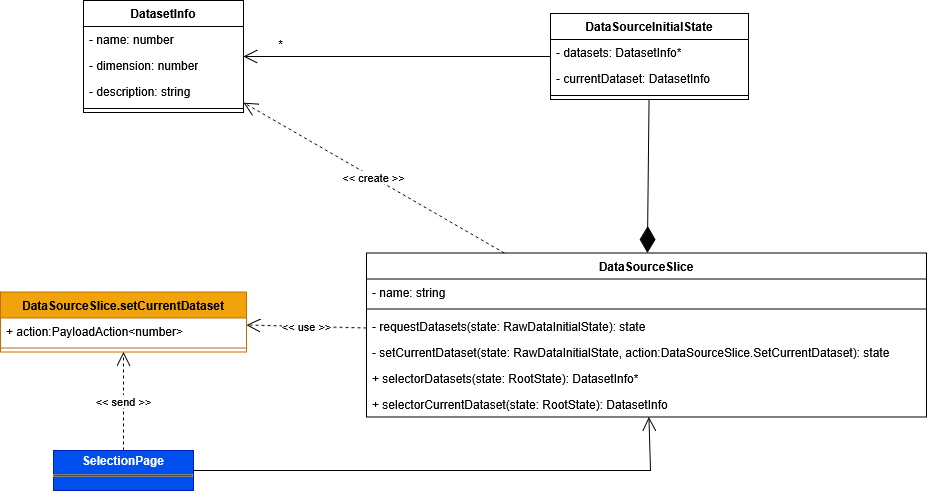
6BitBusters/6BitBusters.github.io keeps this draw.io diagram as Docs/PB/Generali Esterni/specifica_tecnica/template/images/uml_front/logic/datasourceslice.png. Above is the earlier version. Source tidied: cells renumbered, new cells last; positions are measured from the earlier drawing's top-left corner, leaving out a move shared by most shapes.
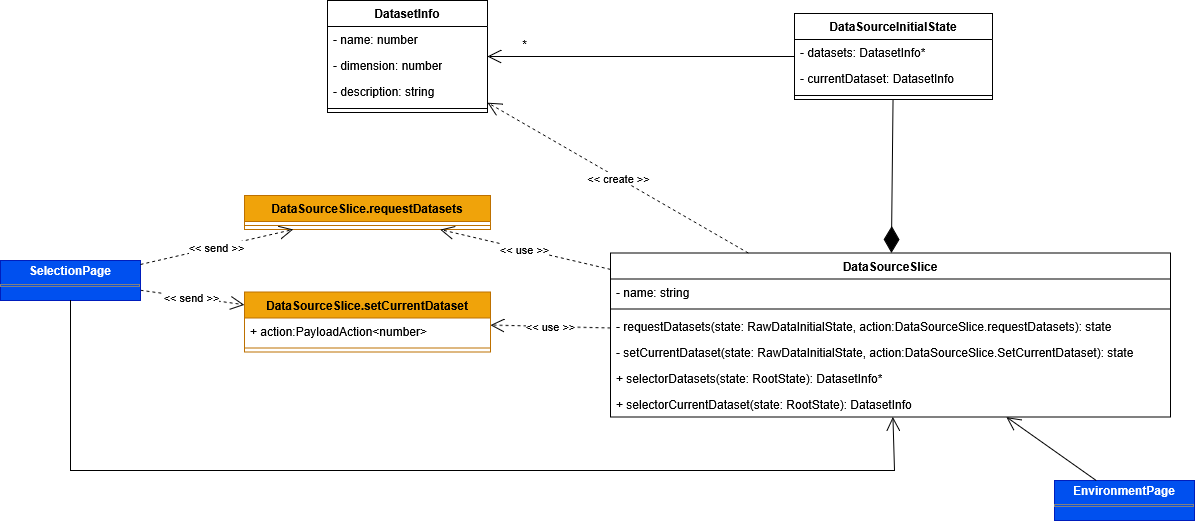
After the change.

Diff of the diagram source:
```diff
@@ -11,7 +11,7 @@
     <mxCell id="4" style="line;strokeWidth=1;fillColor=none;align=left;verticalAlign=middle;spacingTop=-1;spacingLeft=3;spacingRight=3;labelPosition=right;strokeColor=inherit;" parent="2" vertex="1">
       <mxGeometry y="52" width="560" height="8" as="geometry" />
     </mxCell>
-    <mxCell id="5" value="- requestDatasets(state: RawDataInitialState): state" style="text;strokeColor=none;fillColor=none;align=left;verticalAlign=top;spacingLeft=4;spacingRight=4;overflow=hidden;whiteSpace=wrap;html=1;" parent="2" vertex="1">
+    <mxCell id="5" value="- requestDatasets(state: RawDataInitialState, action:DataSourceSlice.requestDatasets): state" style="text;strokeColor=none;fillColor=none;align=left;verticalAlign=top;spacingLeft=4;spacingRight=4;overflow=hidden;whiteSpace=wrap;html=1;" parent="2" vertex="1">
       <mxGeometry y="60" width="560" height="26" as="geometry" />
     </mxCell>
     <mxCell id="6" value="- setCurrentDataset(state: RawDataInitialState, action:DataSourceSlice.SetCurrentDataset): state" style="text;strokeColor=none;fillColor=none;align=left;verticalAlign=top;spacingLeft=4;spacingRight=4;overflow=hidden;whiteSpace=wrap;html=1;" parent="2" vertex="1">
@@ -78,14 +78,33 @@
       <mxGeometry relative="1" as="geometry" />
     </mxCell>
     <mxCell id="27" value="&lt;p style=&quot;margin:0px;margin-top:4px;text-align:center;&quot;&gt;&lt;b&gt;SelectionPage&lt;/b&gt;&lt;/p&gt;&lt;hr size=&quot;1&quot; style=&quot;border-style:solid;&quot;&gt;&lt;div style=&quot;height:2px;&quot;&gt;&lt;/div&gt;" style="verticalAlign=top;align=left;overflow=fill;html=1;whiteSpace=wrap;fillColor=#0050ef;fontColor=#ffffff;strokeColor=#001DBC;" parent="1" vertex="1">
-      <mxGeometry x="53" y="450" width="140" height="40" as="geometry" />
+      <mxGeometry x="-244" y="260" width="140" height="40" as="geometry" />
     </mxCell>
     <mxCell id="28" style="endArrow=open;endFill=1;endSize=12;html=1;rounded=0;" parent="1" edge="1" source="27" target="2">
       <mxGeometry relative="1" as="geometry">
         <Array as="points">
+          <mxPoint x="-174" y="470" />
           <mxPoint x="650" y="470" />
         </Array>
       </mxGeometry>
     </mxCell>
+    <mxCell id="29" value="&lt;p style=&quot;margin:0px;margin-top:4px;text-align:center;&quot;&gt;&lt;b&gt;EnvironmentPage&lt;/b&gt;&lt;/p&gt;&lt;hr size=&quot;1&quot; style=&quot;border-style:solid;&quot;&gt;&lt;div style=&quot;height:2px;&quot;&gt;&lt;br&gt;&lt;/div&gt;" style="verticalAlign=top;align=left;overflow=fill;html=1;whiteSpace=wrap;fillColor=#0050ef;fontColor=#ffffff;strokeColor=#001DBC;" parent="1" vertex="1">
+      <mxGeometry x="810" y="480" width="140" height="40" as="geometry" />
+    </mxCell>
+    <mxCell id="30" style="endArrow=open;endFill=1;endSize=12;html=1;rounded=0;" parent="1" edge="1" source="29" target="2">
+      <mxGeometry relative="1" as="geometry" />
+    </mxCell>
+    <mxCell id="31" value="DataSourceSlice.requestDatasets" style="swimlane;fontStyle=1;align=center;verticalAlign=top;horizontal=1;startSize=26;whiteSpace=wrap;html=1;fillColor=#f0a30a;fontColor=#000000;strokeColor=#BD7000;" parent="1" vertex="1">
+      <mxGeometry y="195" width="246" height="34" as="geometry" />
+    </mxCell>
+    <mxCell id="32" style="line;strokeWidth=1;fillColor=none;align=left;verticalAlign=middle;spacingTop=-1;spacingLeft=3;spacingRight=3;labelPosition=right;strokeColor=inherit;" parent="31" vertex="1">
+      <mxGeometry y="26" width="246" height="8" as="geometry" />
+    </mxCell>
+    <mxCell id="33" value="&amp;lt;&amp;lt; use &amp;gt;&amp;gt;" style="endArrow=open;endSize=12;dashed=1;html=1;rounded=0;" parent="1" edge="1" source="2" target="31">
+      <mxGeometry relative="1" as="geometry" />
+    </mxCell>
+    <mxCell id="34" value="&amp;lt;&amp;lt; send &amp;gt;&amp;gt;" style="endArrow=open;endSize=12;dashed=1;html=1;rounded=0;" parent="1" edge="1" source="27" target="31">
+      <mxGeometry relative="1" as="geometry" />
+    </mxCell>
   </root>
 </mxGraphModel>
```
